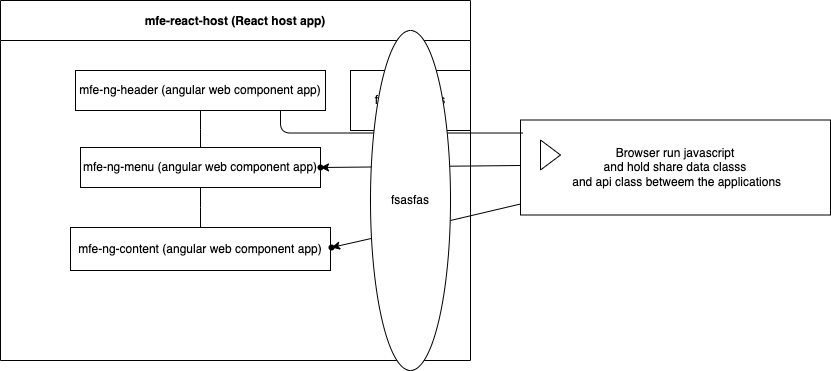
This is diagram.drawio.png from morbargig/CV-mfe-micro-front-end, a draw.io export, as it was before one commit. Source tidied: cells renumbered, new cells last; positions are measured from the earlier drawing's top-left corner, leaving out a move shared by most shapes.
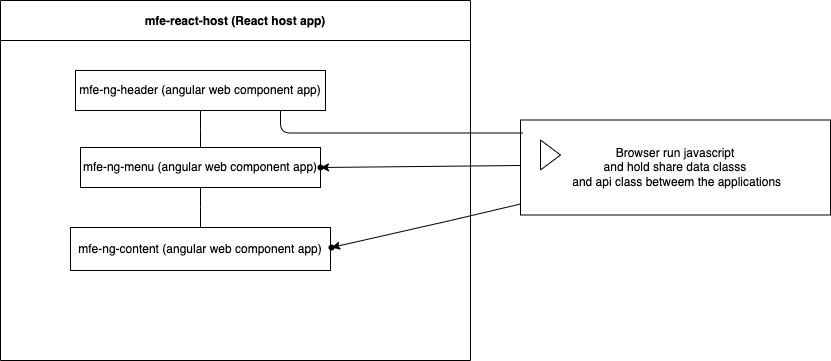
Later version of the same file.

The edit, as a diff of the source:
```diff
@@ -26,9 +26,6 @@
     <mxCell id="9" style="shape=waypoint;sketch=0;size=6;points=[];fillColor=default;perimeter=centerPerimeter;snapToPoint=1;" parent="2" vertex="1">
       <mxGeometry x="300" y="147" width="40" height="40" as="geometry" />
     </mxCell>
-    <mxCell id="10" value="fasfasfasdfas" style="whiteSpace=wrap;html=1;" parent="2" vertex="1">
-      <mxGeometry x="350" y="70" width="120" height="60" as="geometry" />
-    </mxCell>
     <mxCell id="11" style="edgeStyle=none;html=1;" parent="1" edge="1" source="13" target="8">
       <mxGeometry relative="1" as="geometry">
         <Array as="points">
@@ -56,8 +53,5 @@
         </Array>
       </mxGeometry>
     </mxCell>
-    <mxCell id="16" value="fsasfas" style="ellipse;whiteSpace=wrap;html=1;" parent="1" vertex="1">
-      <mxGeometry x="370" y="30" width="80" height="340" as="geometry" />
-    </mxCell>
   </root>
 </mxGraphModel>
```
